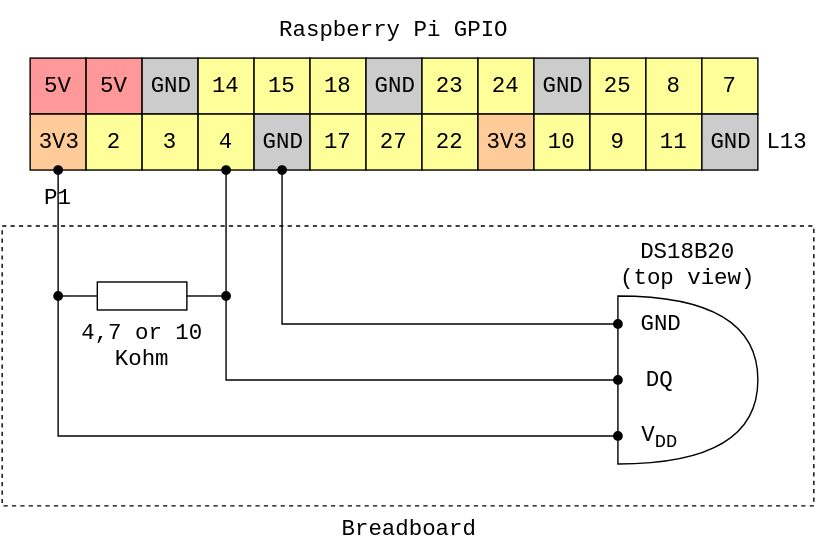
The draw.io diagram assets/images/ds18b20-gpio.svg in rhietala/rhietala.github.io, before a commit. Source tidied: cells renumbered, new cells last; positions are measured from the earlier drawing's top-left corner, leaving out a move shared by most shapes.
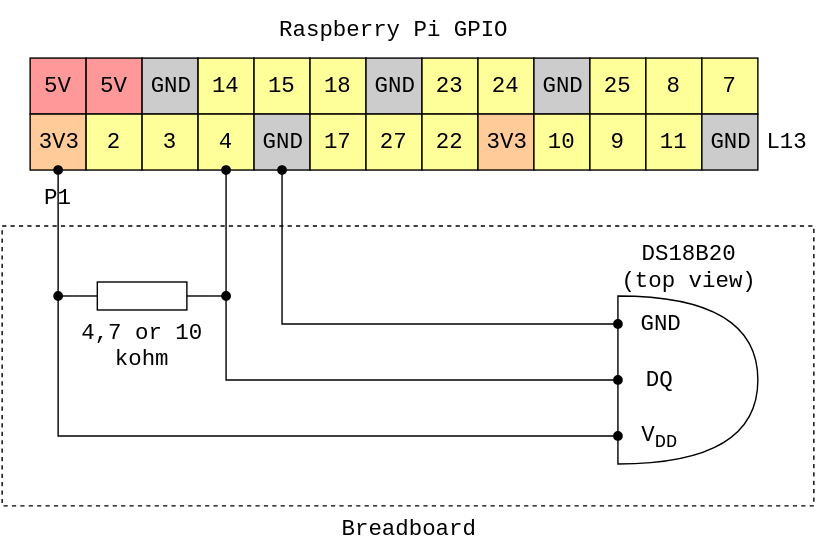
After the change.

Commit message:
minor fixes in ds18b20 circuit diagram

Change to the diagram source:
```diff
@@ -5,7 +5,7 @@
     <mxCell id="2" value="Breadboard" style="whiteSpace=wrap;html=1;strokeColor=#000000;strokeWidth=1;fillColor=none;fontFamily=Courier New;fontSize=16;align=center;dashed=1;labelPosition=center;verticalLabelPosition=bottom;verticalAlign=top;" parent="1" vertex="1">
       <mxGeometry y="160" width="580" height="200" as="geometry" />
     </mxCell>
-    <mxCell id="3" value="DS18B20&lt;br&gt;(top view)" style="shape=or;whiteSpace=wrap;html=1;strokeWidth=1;fillColor=#ffffff;fontFamily=Courier New;fontSize=16;align=center;rotation=0;labelPosition=center;verticalLabelPosition=top;verticalAlign=bottom;" parent="1" vertex="1">
+    <mxCell id="3" style="shape=or;whiteSpace=wrap;html=1;strokeWidth=1;fillColor=#ffffff;fontFamily=Courier New;fontSize=16;align=center;rotation=0;labelPosition=center;verticalLabelPosition=top;verticalAlign=bottom;" parent="1" vertex="1">
       <mxGeometry x="440" y="210" width="100" height="120" as="geometry" />
     </mxCell>
     <mxCell id="4" value="5V" style="whiteSpace=wrap;html=1;strokeWidth=1;fillColor=#FF9999;fontFamily=Courier New;fontSize=16;align=center;" parent="1" vertex="1">
@@ -89,7 +89,7 @@
     <mxCell id="30" value="L13" style="text;html=1;strokeColor=none;fillColor=none;align=center;verticalAlign=middle;whiteSpace=wrap;fontFamily=Courier New;fontSize=16;" parent="1" vertex="1">
       <mxGeometry x="540" y="80" width="40" height="40" as="geometry" />
     </mxCell>
-    <mxCell id="31" value="4,7 or 10&lt;br&gt;Kohm" style="verticalLabelPosition=bottom;shadow=0;dashed=0;align=center;fillColor=#ffffff;html=1;verticalAlign=top;strokeWidth=1;shape=mxgraph.electrical.resistors.resistor_1;fontFamily=Courier New;fontSize=16;strokeColor=#000000;" parent="1" vertex="1">
+    <mxCell id="31" value="4,7 or 10&lt;br&gt;kohm" style="verticalLabelPosition=bottom;shadow=0;dashed=0;align=center;fillColor=#ffffff;html=1;verticalAlign=top;strokeWidth=1;shape=mxgraph.electrical.resistors.resistor_1;fontFamily=Courier New;fontSize=16;strokeColor=#000000;" parent="1" vertex="1">
       <mxGeometry x="50" y="200" width="100" height="20" as="geometry" />
     </mxCell>
     <mxCell id="32" value="GND" style="text;html=1;strokeColor=none;fillColor=none;align=center;verticalAlign=middle;whiteSpace=wrap;fontFamily=Courier New;fontSize=16;" parent="1" vertex="1">
@@ -138,5 +138,8 @@
         </Array>
       </mxGeometry>
     </mxCell>
+    <mxCell id="42" value="&lt;span&gt;DS18B20&lt;/span&gt;&lt;br&gt;&lt;span&gt;(top view)&lt;/span&gt;" style="text;html=1;strokeColor=none;fillColor=none;align=center;verticalAlign=middle;whiteSpace=wrap;dashed=1;fontFamily=Courier New;fontSize=16;" parent="1" vertex="1">
+      <mxGeometry x="430" y="170" width="120" height="40" as="geometry" />
+    </mxCell>
   </root>
 </mxGraphModel>
```
